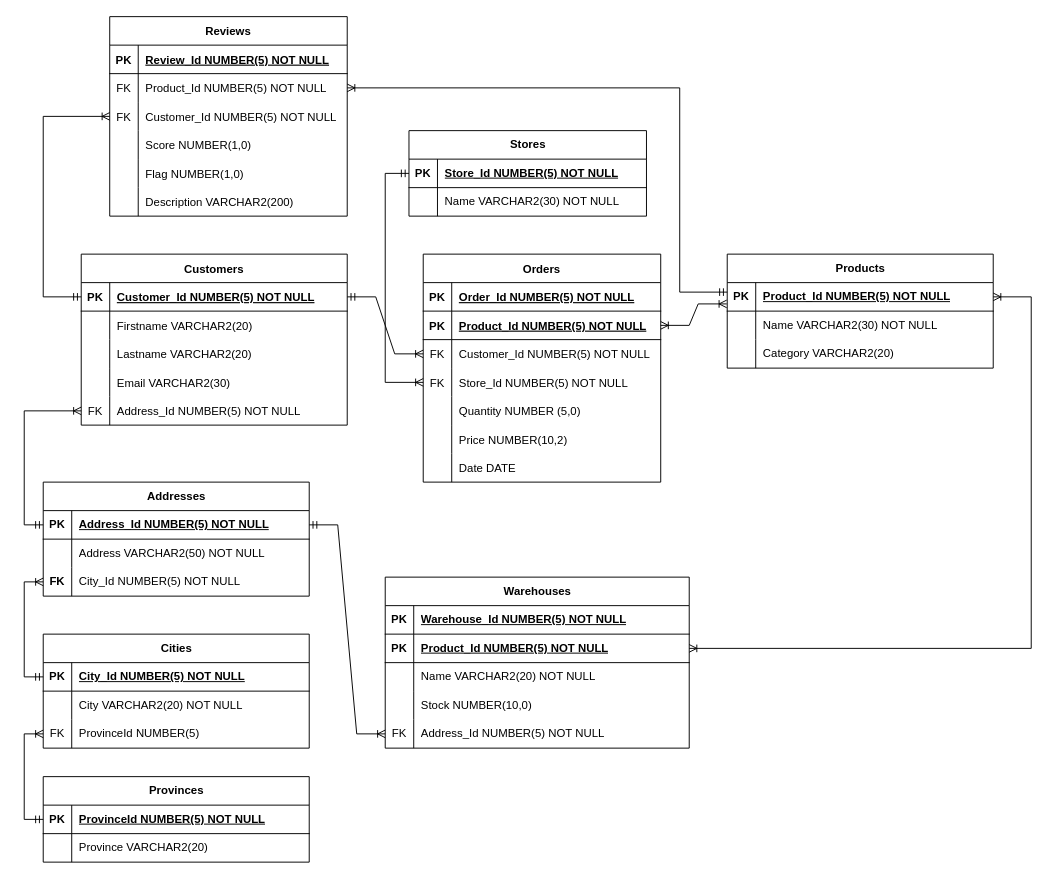
mperusse21/SuperstoreSimulation keeps this draw.io diagram as SQL/ERD.drawio. Above is the earlier version. Source tidied: cells renumbered, new cells numbered last; positions are measured from the earlier drawing's top-left corner, leaving out a move shared by most shapes. Both pictures are drawn from the tidied source at 95%, with x=0, y=0 at pixel (24, 16).
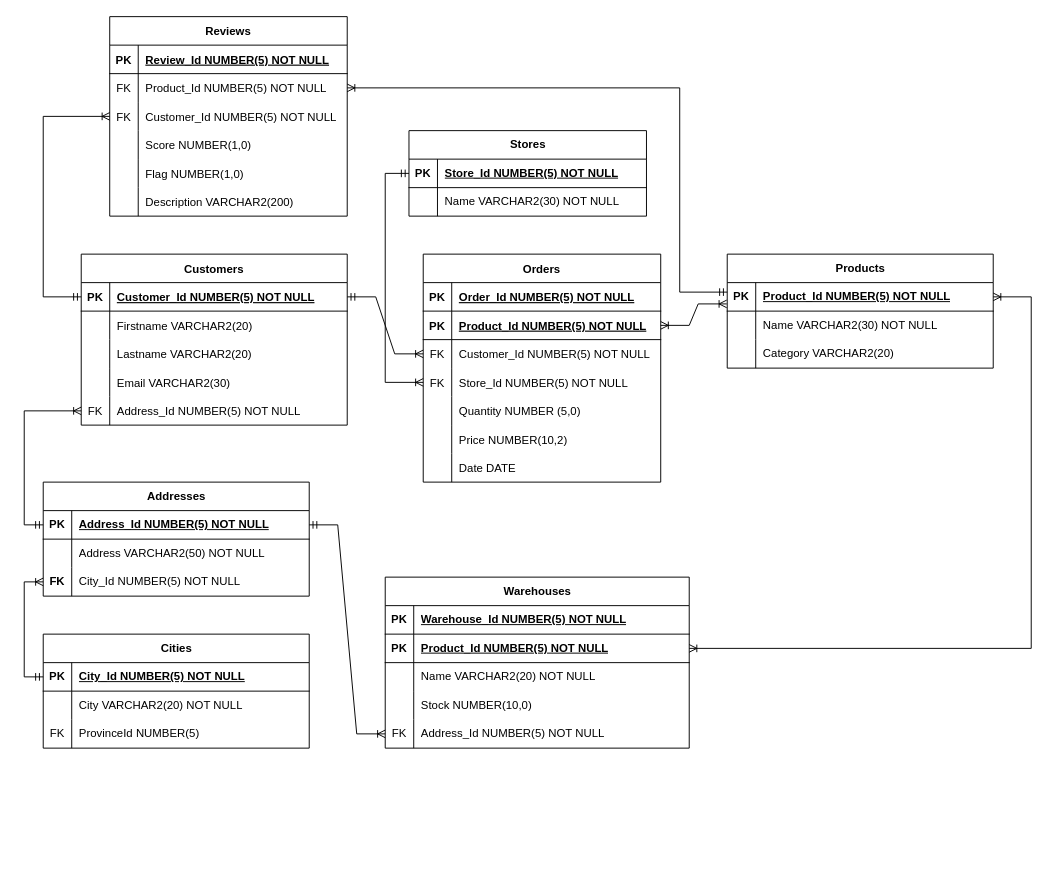
After the change.

Commit message (it also covers changes not shown here):
Removed Provinces table

The change refers to these unchanged cells:
```xml
<mxCell id="109" style="shape=tableRow;horizontal=0;startSize=0;swimlaneHead=0;swimlaneBody=0;fillColor=none;points=[[0,0.5],[1,0.5]];portConstraint=eastwest;top=0;left=0;right=0;bottom=0;" parent="102" vertex="1">
  <mxGeometry y="90" width="280" height="30" as="geometry" />
</mxCell>
```

Diff of the diagram source:
```diff
@@
-    <mxCell id="121" value="Provinces" style="shape=table;startSize=30;childLayout=tableLayout;rowLines=0;fontStyle=1;align=center;html=1;" parent="1" vertex="1">
-      <mxGeometry x="20" y="800" width="280" height="90" as="geometry" />
-    </mxCell>
-    <mxCell id="122" style="shape=tableRow;horizontal=0;startSize=0;swimlaneHead=0;swimlaneBody=0;fillColor=none;points=[[0,0.5],[1,0.5]];portConstraint=eastwest;top=0;left=0;right=0;bottom=1;" parent="121" vertex="1">
-      <mxGeometry y="30" width="280" height="30" as="geometry" />
-    </mxCell>
-    <mxCell id="123" value="PK" style="shape=partialRectangle;fillColor=none;top=0;left=0;bottom=0;right=0;fontStyle=1;overflow=hidden;whiteSpace=wrap;html=1;" parent="122" vertex="1">
-      <mxGeometry width="30" height="30" as="geometry" />
-    </mxCell>
-    <mxCell id="124" value="ProvinceId NUMBER(5) NOT NULL" style="shape=partialRectangle;fillColor=none;top=0;left=0;bottom=0;right=0;align=left;spacingLeft=6;fontStyle=5;overflow=hidden;whiteSpace=wrap;html=1;" parent="122" vertex="1">
-      <mxGeometry x="30" width="250" height="30" as="geometry" />
-    </mxCell>
-    <mxCell id="125" style="shape=tableRow;horizontal=0;startSize=0;swimlaneHead=0;swimlaneBody=0;fillColor=none;top=0;left=0;right=0;bottom=0;" parent="121" vertex="1">
-      <mxGeometry y="60" width="280" height="30" as="geometry" />
-    </mxCell>
-    <mxCell id="126" style="shape=partialRectangle;fillColor=none;top=0;left=0;bottom=0;right=0;overflow=hidden;whiteSpace=wrap;html=1;" parent="125" vertex="1">
-      <mxGeometry width="30" height="30" as="geometry" />
-    </mxCell>
-    <mxCell id="127" value="Province VARCHAR2(20)" style="shape=partialRectangle;fillColor=none;top=0;left=0;bottom=0;right=0;align=left;spacingLeft=6;overflow=hidden;whiteSpace=wrap;html=1;" parent="125" vertex="1">
-      <mxGeometry x="30" width="250" height="30" as="geometry" />
-    </mxCell>
-    <mxCell id="128" style="edgeStyle=orthogonalEdgeStyle;fontSize=12;html=1;endArrow=ERoneToMany;startArrow=ERmandOne;rounded=0;entryX=0;entryY=0.5;entryDx=0;entryDy=0;exitX=0;exitY=0.5;exitDx=0;exitDy=0;" parent="1" edge="1" source="122" target="109">
-      <mxGeometry relative="1" as="geometry">
-        <Array as="points">
-          <mxPoint y="845" />
-          <mxPoint y="755" />
-        </Array>
-      </mxGeometry>
-    </mxCell>
```
